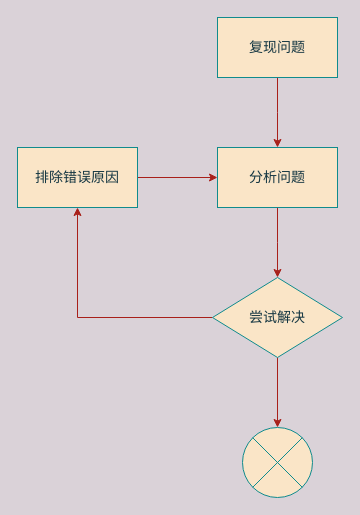
This is lecture.drawio from wangziji/graphics, a draw.io file, before an edit. Source tidied: cells renumbered, new cells numbered last; positions are measured from the earlier drawing's top-left corner, leaving out a move shared by most shapes. Both pictures are drawn from the tidied source at 100%, with x=0, y=0 at pixel (17, 17).
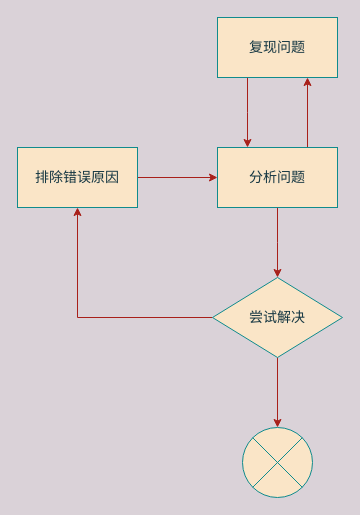
The same page after the edit.

Diff of the diagram source:
```diff
@@
 <mxGraphModel background="#DAD2D8">
   <root>
     <mxCell id="0" />
     <mxCell id="1" parent="0" />
-    <mxCell id="2" style="edgeStyle=orthogonalEdgeStyle;rounded=0;jettySize=auto;html=1;exitX=0.5;exitY=1;exitDx=0;exitDy=0;labelBackgroundColor=#DAD2D8;strokeColor=#A8201A;fontColor=#143642;fontSize=14;fontFamily=腾讯体;" parent="1" edge="1" source="3">
+    <mxCell id="2" style="edgeStyle=orthogonalEdgeStyle;rounded=0;jettySize=auto;html=1;exitX=0.25;exitY=1;exitDx=0;exitDy=0;labelBackgroundColor=#DAD2D8;strokeColor=#A8201A;fontColor=#143642;fontSize=14;fontFamily=腾讯体;" parent="1" edge="1" source="3">
       <mxGeometry relative="1" as="geometry">
-        <mxPoint x="260" y="130" as="targetPoint" />
+        <mxPoint x="230" y="130" as="targetPoint" />
       </mxGeometry>
     </mxCell>
     <mxCell id="3" value="复现问题" style="rounded=0;whiteSpace=wrap;html=1;fillColor=#FAE5C7;strokeColor=#0F8B8D;fontColor=#143642;fontSize=14;fontFamily=腾讯体;" parent="1" vertex="1">
       <mxGeometry x="200" width="120" height="60" as="geometry" />
     </mxCell>
     <mxCell id="4" style="edgeStyle=orthogonalEdgeStyle;rounded=0;jettySize=auto;html=1;exitX=0.5;exitY=1;exitDx=0;exitDy=0;entryX=0.5;entryY=0;entryDx=0;entryDy=0;labelBackgroundColor=#DAD2D8;strokeColor=#A8201A;fontColor=#143642;fontSize=14;fontFamily=腾讯体;" parent="1" edge="1" source="5">
       <mxGeometry relative="1" as="geometry">
         <mxPoint x="260" y="260" as="targetPoint" />
       </mxGeometry>
     </mxCell>
+    <mxCell id="12" style="edgeStyle=orthogonalEdgeStyle;curved=0;rounded=1;sketch=0;jettySize=auto;html=1;exitX=0.75;exitY=0;exitDx=0;exitDy=0;entryX=0.75;entryY=1;entryDx=0;entryDy=0;fontFamily=腾讯体;fontSize=14;fontColor=#143642;strokeColor=#A8201A;fillColor=#FAE5C7;" parent="1" edge="1" source="5" target="3">
+      <mxGeometry relative="1" as="geometry" />
+    </mxCell>
     <mxCell id="5" value="分析问题" style="rounded=0;whiteSpace=wrap;html=1;fillColor=#FAE5C7;strokeColor=#0F8B8D;fontColor=#143642;fontSize=14;fontFamily=腾讯体;" parent="1" vertex="1">
       <mxGeometry x="200" y="130" width="120" height="60" as="geometry" />
     </mxCell>
     <mxCell id="6" style="edgeStyle=orthogonalEdgeStyle;rounded=0;jettySize=auto;html=1;exitX=0.5;exitY=1;exitDx=0;exitDy=0;entryX=0.5;entryY=0;entryDx=0;entryDy=0;entryPerimeter=0;labelBackgroundColor=#DAD2D8;strokeColor=#A8201A;fontColor=#143642;fontSize=14;fontFamily=腾讯体;" parent="1" edge="1" source="8" target="9">
       <mxGeometry relative="1" as="geometry" />
     </mxCell>
     <mxCell id="7" style="edgeStyle=orthogonalEdgeStyle;rounded=0;jettySize=auto;html=1;exitX=0;exitY=0.5;exitDx=0;exitDy=0;entryX=0.5;entryY=1;entryDx=0;entryDy=0;labelBackgroundColor=#DAD2D8;strokeColor=#A8201A;fontColor=#143642;fontSize=14;fontFamily=腾讯体;" parent="1" edge="1" source="8" target="11">
       <mxGeometry relative="1" as="geometry" />
     </mxCell>
     <mxCell id="8" value="尝试解决" style="rhombus;whiteSpace=wrap;html=1;fillColor=#FAE5C7;strokeColor=#0F8B8D;fontColor=#143642;fontSize=14;fontFamily=腾讯体;" parent="1" vertex="1">
       <mxGeometry x="195" y="260" width="130" height="80" as="geometry" />
     </mxCell>
     <mxCell id="9" style="verticalLabelPosition=bottom;verticalAlign=top;html=1;shape=mxgraph.flowchart.or;fillColor=#FAE5C7;strokeColor=#0F8B8D;fontColor=#143642;fontSize=14;fontFamily=腾讯体;" parent="1" vertex="1">
       <mxGeometry x="225" y="410" width="70" height="70" as="geometry" />
     </mxCell>
     <mxCell id="10" style="edgeStyle=orthogonalEdgeStyle;rounded=0;jettySize=auto;html=1;exitX=1;exitY=0.5;exitDx=0;exitDy=0;entryX=0;entryY=0.5;entryDx=0;entryDy=0;labelBackgroundColor=#DAD2D8;strokeColor=#A8201A;fontColor=#143642;fontSize=14;fontFamily=腾讯体;" parent="1" edge="1" source="11" target="5">
       <mxGeometry relative="1" as="geometry" />
     </mxCell>
     <mxCell id="11" value="排除错误原因" style="rounded=0;whiteSpace=wrap;html=1;fillColor=#FAE5C7;strokeColor=#0F8B8D;fontColor=#143642;fontSize=14;fontFamily=腾讯体;" parent="1" vertex="1">
       <mxGeometry y="130" width="120" height="60" as="geometry" />
     </mxCell>
   </root>
 </mxGraphModel>
```
